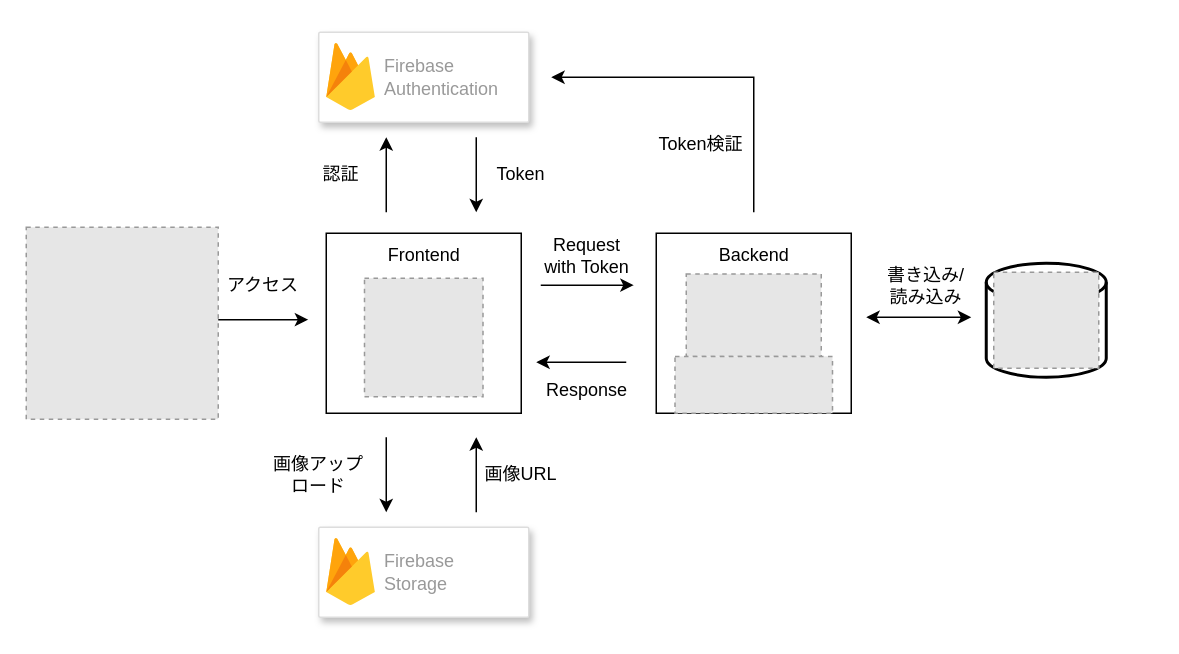
naoyuki1115/chan-kari keeps this draw.io diagram as docs/system_structure/system_structure.drawio. Above is the earlier version. Source tidied: cells renumbered, new cells numbered last; positions are measured from the earlier drawing's top-left corner, leaving out a move shared by most shapes. Both pictures are drawn from the tidied source at 150%, with x=0, y=0 at pixel (26, 32). Pictures stored in the file or linked from it are replaced by grey dashed boxes.
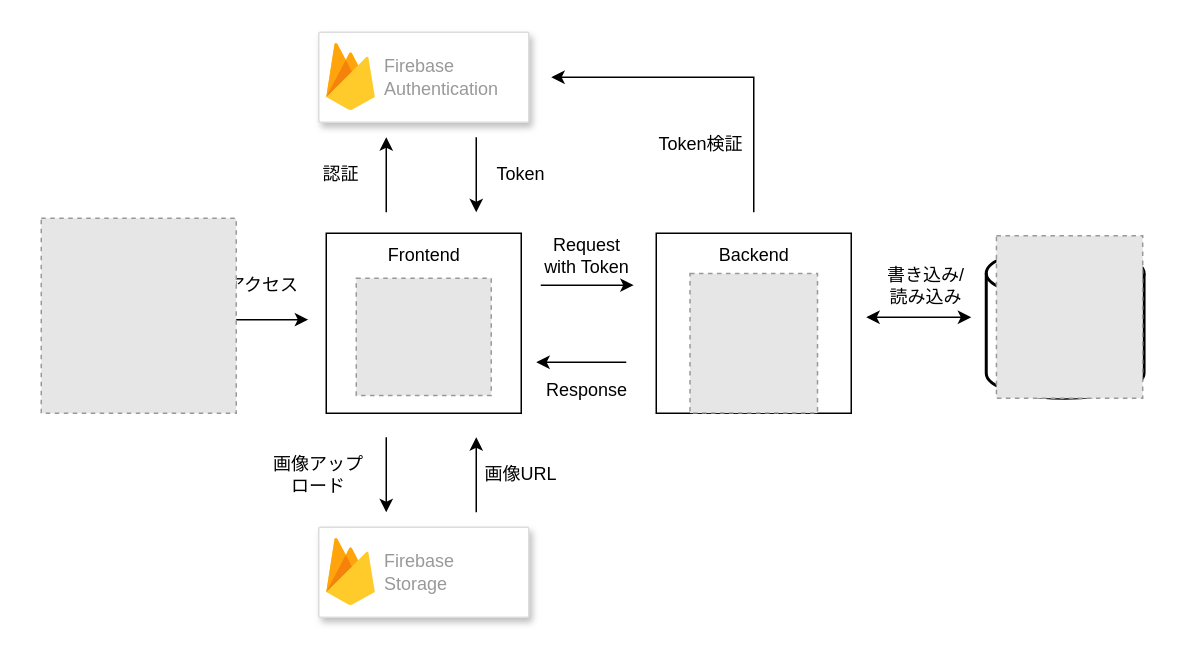
Above is the later version.

What changed in the source:
```diff
@@
-    <mxCell id="2" style="fillColor=#E6E6E6;strokeColor=#999999;dashed=1;html=1;verticalAlign=top;verticalLabelPosition=bottom;labelBackgroundColor=#ffffff;" parent="1" vertex="1">
-      <mxGeometry y="130" width="128" height="128" as="geometry" />
-    </mxCell>
@@
     <mxCell id="7" style="group;" parent="1" vertex="1">
-      <mxGeometry x="200" y="134" width="130" height="120" as="geometry" />
+      <mxGeometry x="200" y="134" width="200" height="210" as="geometry" />
     </mxCell>
@@
-    <mxCell id="9" style="fillColor=#E6E6E6;strokeColor=#999999;dashed=1;html=1;verticalAlign=top;verticalLabelPosition=bottom;labelBackgroundColor=#ffffff;" parent="7" vertex="1">
-      <mxGeometry x="25.5" y="30" width="79" height="79" as="geometry" />
-    </mxCell>
@@
+    <mxCell id="37" style="fillColor=#E6E6E6;strokeColor=#999999;dashed=1;verticalLabelPosition=bottom;verticalAlign=top;" parent="7" vertex="1">
+      <mxGeometry x="20" y="30" width="90" height="78.2" as="geometry" />
+    </mxCell>
     <mxCell id="11" style="group;" parent="1" vertex="1">
-      <mxGeometry x="420" y="134" width="130" height="120" as="geometry" />
+      <mxGeometry x="420" y="134" width="130" height="128.1" as="geometry" />
     </mxCell>
@@
-    <mxCell id="14" style="fillColor=#E6E6E6;strokeColor=#999999;dashed=1;verticalLabelPosition=bottom;labelBackgroundColor=default;verticalAlign=top;" parent="11" vertex="1">
-      <mxGeometry x="20" y="27.1" width="90" height="55" as="geometry" />
-    </mxCell>
-    <mxCell id="15" style="fillColor=#E6E6E6;strokeColor=#999999;dashed=1;verticalLabelPosition=bottom;labelBackgroundColor=default;verticalAlign=top;" parent="11" vertex="1">
-      <mxGeometry x="12.5" y="82.1" width="105" height="37.9" as="geometry" />
-    </mxCell>
+    <mxCell id="38" style="fillColor=#E6E6E6;strokeColor=#999999;dashed=1;verticalLabelPosition=bottom;verticalAlign=top;" parent="11" vertex="1">
+      <mxGeometry x="22.5" y="26.9" width="85" height="93" as="geometry" />
+    </mxCell>
     <mxCell id="16" style="group;" parent="1" vertex="1">
-      <mxGeometry x="640" y="154" width="80" height="76" as="geometry" />
+      <mxGeometry x="640" y="144" width="111.1" height="110" as="geometry" />
     </mxCell>
     <mxCell id="17" style="strokeWidth=2;html=1;shape=mxgraph.flowchart.database;whiteSpace=wrap;" parent="16" vertex="1">
-      <mxGeometry width="80" height="76" as="geometry" />
+      <mxGeometry width="105.2" height="100" as="geometry" />
     </mxCell>
-    <mxCell id="18" style="fillColor=#E6E6E6;strokeColor=#999999;dashed=1;verticalLabelPosition=bottom;labelBackgroundColor=default;verticalAlign=top;" parent="16" vertex="1">
-      <mxGeometry x="5" y="6" width="70" height="64" as="geometry" />
-    </mxCell>
+    <mxCell id="39" style="fillColor=#E6E6E6;strokeColor=#999999;dashed=1;verticalLabelPosition=bottom;verticalAlign=top;" parent="16" vertex="1">
+      <mxGeometry x="6.8" y="-8.3" width="97.5" height="108.3" as="geometry" />
+    </mxCell>
@@
+    <mxCell id="40" style="fillColor=#E6E6E6;strokeColor=#999999;dashed=1;verticalLabelPosition=bottom;verticalAlign=top;" parent="1" vertex="1">
+      <mxGeometry x="10" y="124" width="130" height="130" as="geometry" />
+    </mxCell>
```
